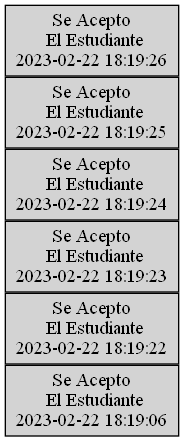
This is EDD_Proyecto1_Fase1/Reportes/PilaAdmin.png from walterjav19/EDD_1S2023_PY_202111718, a Graphviz export, as it was before one commit. Its source is kept beside it as EDD_Proyecto1_Fase1/Grafics/PilaAdmin.dot.
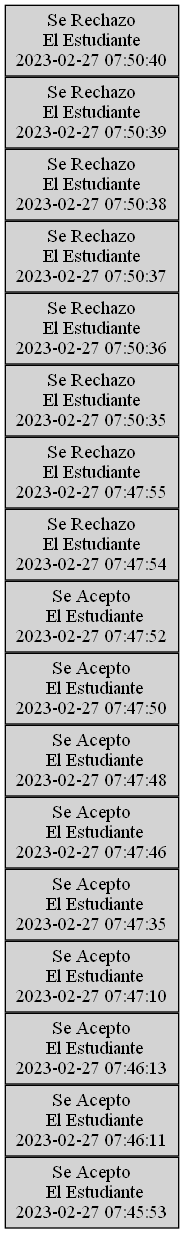
Above is the later version.

What changed in the source:
```diff
@@ -4,20 +4,53 @@
 nodesep=0;
 n0 [label="Se Acepto
  El Estudiante
-2023-02-22 18:19:06"];
+2023-02-27 07:45:53"];
 n1 [label="Se Acepto
  El Estudiante
-2023-02-22 18:19:22"];
+2023-02-27 07:46:11"];
 n2 [label="Se Acepto
  El Estudiante
-2023-02-22 18:19:23"];
+2023-02-27 07:46:13"];
 n3 [label="Se Acepto
  El Estudiante
-2023-02-22 18:19:24"];
+2023-02-27 07:47:10"];
 n4 [label="Se Acepto
  El Estudiante
-2023-02-22 18:19:25"];
+2023-02-27 07:47:35"];
 n5 [label="Se Acepto
  El Estudiante
-2023-02-22 18:19:26"];
+2023-02-27 07:47:46"];
+n6 [label="Se Acepto
+ El Estudiante
+2023-02-27 07:47:48"];
+n7 [label="Se Acepto
+ El Estudiante
+2023-02-27 07:47:50"];
+n8 [label="Se Acepto
+ El Estudiante
+2023-02-27 07:47:52"];
+n9 [label="Se Rechazo
+El Estudiante
+2023-02-27 07:47:54"];
+n10 [label="Se Rechazo
+El Estudiante
+2023-02-27 07:47:55"];
+n11 [label="Se Rechazo
+El Estudiante
+2023-02-27 07:50:35"];
+n12 [label="Se Rechazo
+El Estudiante
+2023-02-27 07:50:36"];
+n13 [label="Se Rechazo
+El Estudiante
+2023-02-27 07:50:37"];
+n14 [label="Se Rechazo
+El Estudiante
+2023-02-27 07:50:38"];
+n15 [label="Se Rechazo
+El Estudiante
+2023-02-27 07:50:39"];
+n16 [label="Se Rechazo
+El Estudiante
+2023-02-27 07:50:40"];
 }
```
